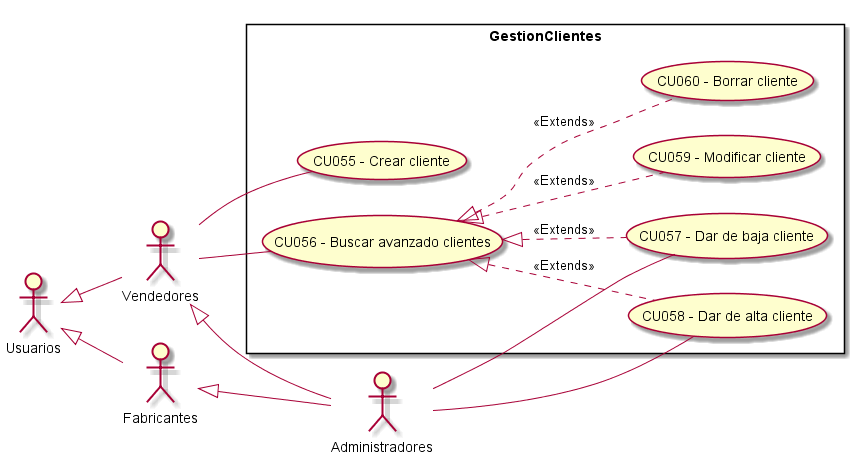
ZMGestion/DocumentacionZMGestion keeps this PlantUML diagram as Informe Final/Imagenes/ModeladoDeCasosDeUso/DiagramaDeCasosDeUso/GestionClientes.png. Above is the earlier version.
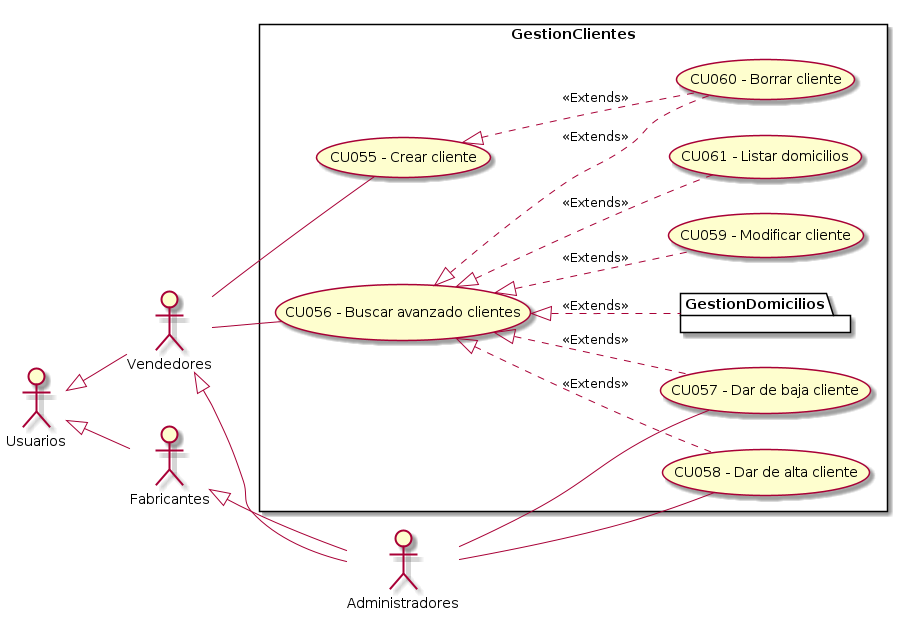
Later version of the same file.

The edit, as a diff of the source:
```diff
@@ -19,10 +19,16 @@
     UseCase "CU058 - Dar de alta cliente" as DA
     UseCase "CU059 - Modificar cliente" as M
     UseCase "CU060 - Borrar cliente" as B
+    UseCase "CU061 - Listar domicilios" as ListarDomicilios
+    package GestionDomicilios{
+    }
     BA <|.. M : <<Extends>>
     BA <|.. DA : <<Extends>>
     BA <|.. DB : <<Extends>>
     BA <|.. B : <<Extends>>
+    C <|.. B : <<Extends>>
+    BA <|.. ListarDomicilios : <<Extends>>
+    BA <|.. GestionDomicilios : <<Extends>>
 }
     Vendedores -- C
     Vendedores -- BA
```
